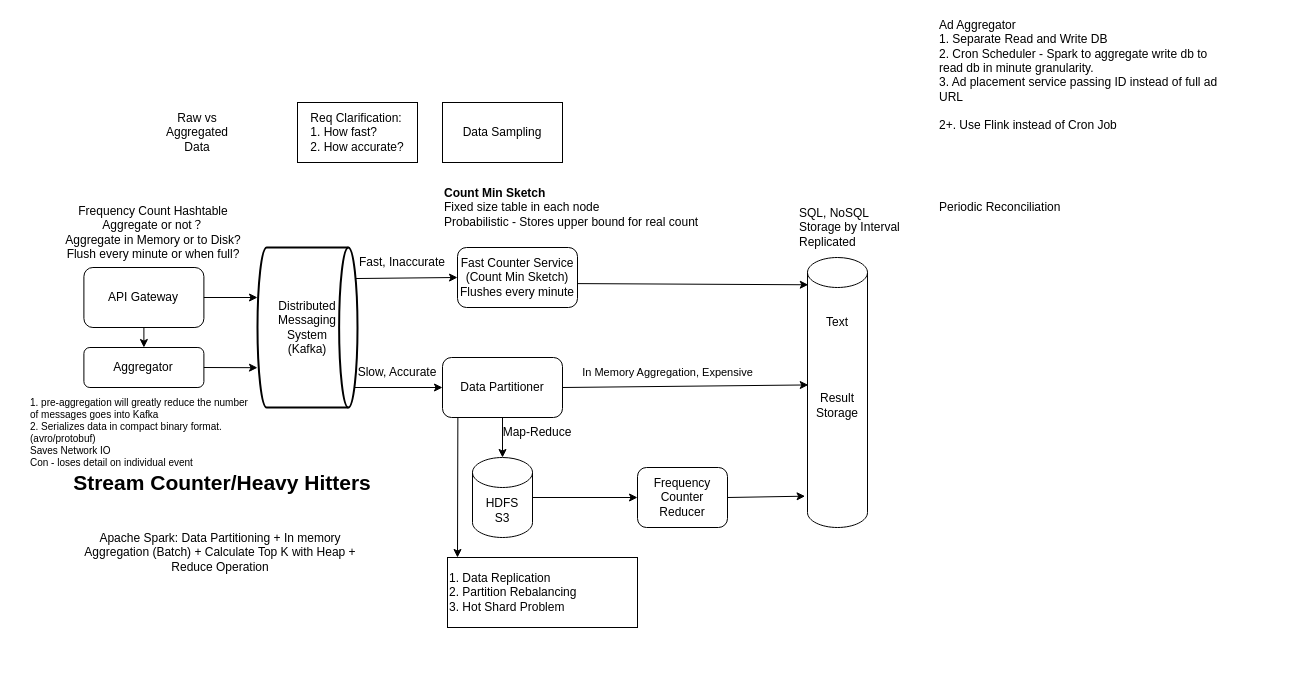
Above: 4_TopK.drawio in xwq172677170/SysdDiagram (draw.io), before the change. Source tidied: cells renumbered, new cells numbered last; positions are measured from the earlier drawing's top-left corner, leaving out a move shared by most shapes. Both pictures are drawn from the tidied source at 100%, with x=0, y=0 at pixel (27, 27).
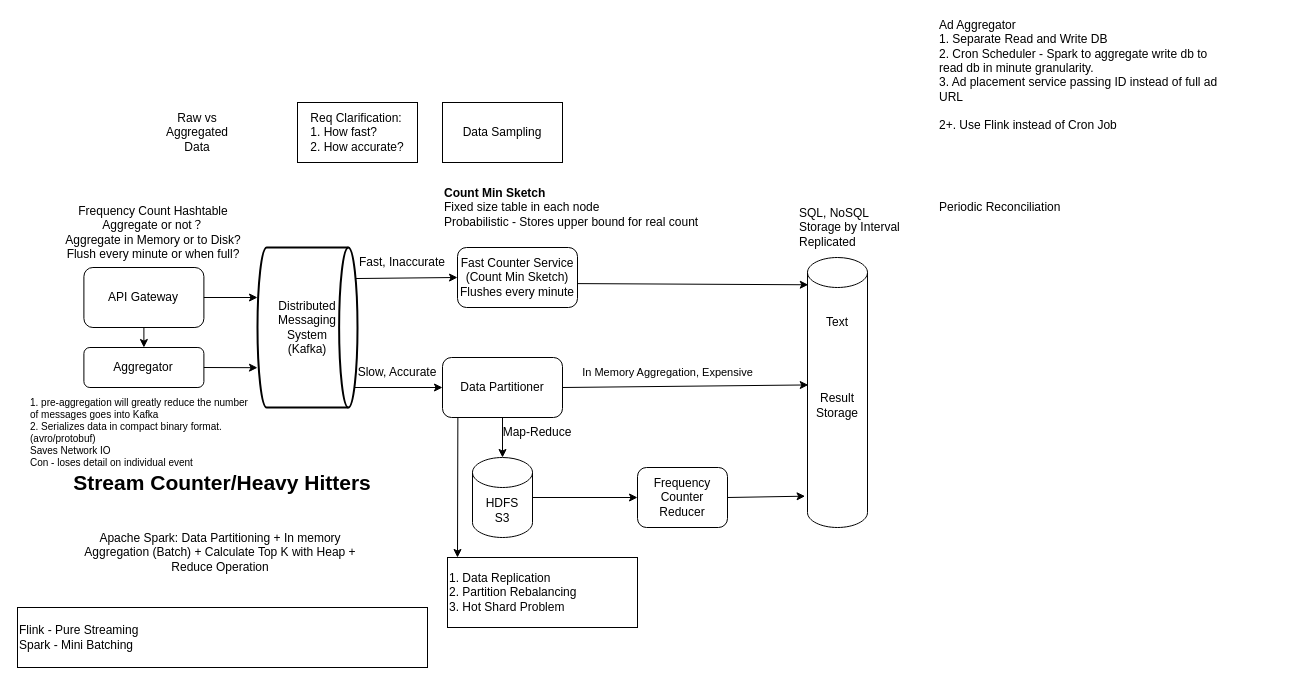
Above is the later version.

Change to the diagram source:
```diff
@@
+    <mxCell id="38" value="Flink - Pure Streaming&lt;div&gt;Spark - Mini Batching&lt;/div&gt;" style="rounded=0;whiteSpace=wrap;html=1;align=left;" parent="1" vertex="1">
+      <mxGeometry x="-10" y="580" width="410" height="60" as="geometry" />
+    </mxCell>
```
